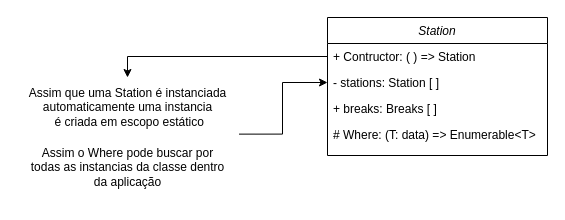
Vusmonth/uml keeps this draw.io diagram as Programatica.drawio. Above is the earlier version. Source tidied: cells renumbered, new cells numbered last; positions are measured from the earlier drawing's top-left corner, leaving out a move shared by most shapes. Both pictures are drawn from the tidied source at 100%, with x=0, y=0 at pixel (17, 17).
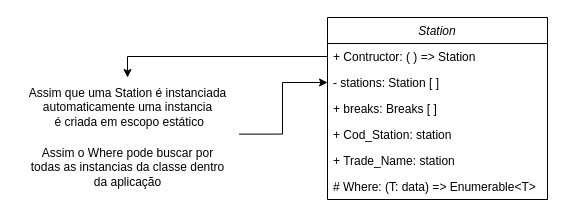
The same page after the edit.

Diff of the diagram source:
```diff
@@
 <mxGraphModel>
   <root>
     <mxCell id="0" />
     <mxCell id="1" parent="0" />
     <mxCell id="2" value="Station" style="swimlane;fontStyle=2;align=center;verticalAlign=top;horizontal=1;startSize=26;rounded=0;shadow=0;strokeWidth=1;labelBackgroundColor=none;" parent="1" vertex="1">
-      <mxGeometry x="310" width="220" height="138" as="geometry" />
+      <mxGeometry x="310" width="220" height="182" as="geometry" />
     </mxCell>
     <mxCell id="3" value="+ Contructor: ( ) =&gt; Station" style="text;align=left;verticalAlign=top;spacingLeft=4;spacingRight=4;overflow=hidden;points=[[0,0.5],[1,0.5]];portConstraint=eastwest;labelBackgroundColor=none;" parent="2" vertex="1">
       <mxGeometry y="26" width="220" height="26" as="geometry" />
     </mxCell>
     <mxCell id="4" value="- stations: Station [ ]" style="text;align=left;verticalAlign=top;spacingLeft=4;spacingRight=4;overflow=hidden;points=[[0,0.5],[1,0.5]];portConstraint=eastwest;labelBackgroundColor=none;" parent="2" vertex="1">
       <mxGeometry y="52" width="220" height="26" as="geometry" />
     </mxCell>
     <mxCell id="5" value="+ breaks: Breaks [ ]" style="text;align=left;verticalAlign=top;spacingLeft=4;spacingRight=4;overflow=hidden;labelBackgroundColor=none;" parent="2" vertex="1">
       <mxGeometry y="78" width="220" height="26" as="geometry" />
     </mxCell>
+    <mxCell id="11" value="+ Cod_Station: station" style="text;align=left;verticalAlign=top;spacingLeft=4;spacingRight=4;overflow=hidden;labelBackgroundColor=none;" parent="2" vertex="1">
+      <mxGeometry y="104" width="220" height="26" as="geometry" />
+    </mxCell>
+    <mxCell id="12" value="+ Trade_Name: station" style="text;align=left;verticalAlign=top;spacingLeft=4;spacingRight=4;overflow=hidden;labelBackgroundColor=none;" parent="2" vertex="1">
+      <mxGeometry y="130" width="220" height="26" as="geometry" />
+    </mxCell>
     <mxCell id="6" value="# Where: (T: data) =&gt; Enumerable&lt;T&gt;" style="text;align=left;verticalAlign=top;spacingLeft=4;spacingRight=4;overflow=hidden;labelBackgroundColor=none;" parent="2" vertex="1">
-      <mxGeometry y="104" width="220" height="26" as="geometry" />
+      <mxGeometry y="156" width="220" height="26" as="geometry" />
     </mxCell>
     <mxCell id="7" style="edgeStyle=orthogonalEdgeStyle;rounded=0;jettySize=auto;html=1;entryX=0;entryY=0.5;entryDx=0;entryDy=0;exitX=1.007;exitY=0.944;exitDx=0;exitDy=0;exitPerimeter=0;" parent="1" edge="1" source="8" target="4">
       <mxGeometry relative="1" as="geometry" />
     </mxCell>
     <mxCell id="8" value="Assim que uma Station é instanciada&lt;br&gt;automaticamente uma&amp;nbsp;instancia&lt;br&gt;&amp;nbsp;é criada em escopo estático" style="text;html=1;align=center;verticalAlign=middle;points=[];strokeColor=none;fillColor=none;" parent="1" vertex="1">
       <mxGeometry y="60" width="220" height="60" as="geometry" />
     </mxCell>
     <mxCell id="9" style="edgeStyle=orthogonalEdgeStyle;rounded=0;jettySize=auto;html=1;" parent="1" edge="1" source="3" target="8">
       <mxGeometry relative="1" as="geometry" />
     </mxCell>
     <mxCell id="10" value="Assim o Where pode buscar por&lt;br&gt;todas as instancias da classe dentro&lt;br&gt;da aplicação" style="text;html=1;align=center;verticalAlign=middle;strokeColor=none;fillColor=none;" parent="1" vertex="1">
       <mxGeometry y="120" width="220" height="60" as="geometry" />
     </mxCell>
   </root>
 </mxGraphModel>
```
